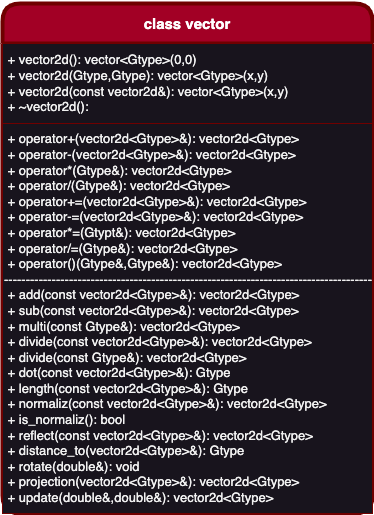
This is lib_docs/img/vector2d_uml.png from GMIVLs/veclib, a draw.io export, as it was before one commit. Source tidied: cells renumbered, new cells last; positions are measured from the earlier drawing's top-left corner, leaving out a move shared by most shapes.
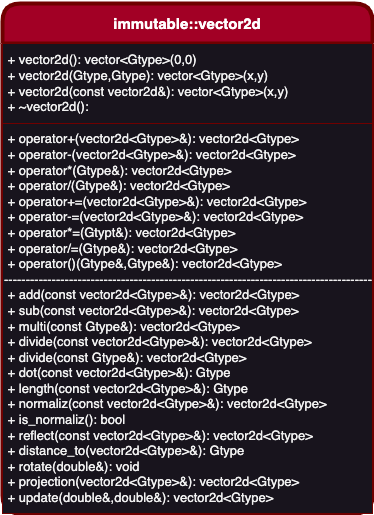
Later version of the same file.

Commit message:
update vector2d uml image

The edit, as a diff of the source:
```diff
@@ -2,7 +2,7 @@
   <root>
     <mxCell id="0" />
     <mxCell id="1" parent="0" />
-    <mxCell id="2" value="&lt;h3&gt;&lt;font style=&quot;font-size: 15px;&quot;&gt;class vector&lt;/font&gt;&lt;/h3&gt;" style="swimlane;whiteSpace=wrap;html=1;fillColor=#a20025;fontColor=#ffffff;strokeColor=#6F0000;rounded=1;startSize=40;strokeWidth=4;" parent="1" vertex="1">
+    <mxCell id="2" value="&lt;h3&gt;&lt;font style=&quot;font-size: 15px;&quot;&gt;immutable::vector2d&lt;/font&gt;&lt;/h3&gt;" style="swimlane;whiteSpace=wrap;html=1;fillColor=#a20025;fontColor=#ffffff;strokeColor=#6F0000;rounded=1;startSize=40;strokeWidth=4;" parent="1" vertex="1">
       <mxGeometry width="370" height="510" as="geometry" />
     </mxCell>
     <mxCell id="3" value="&lt;font style=&quot;font-size: 13px;&quot;&gt;&amp;nbsp;+ operator+(vector2d&amp;lt;Gtype&amp;gt;&amp;amp;): vector2d&amp;lt;Gtype&amp;gt;&lt;br&gt;&amp;nbsp;+ operator-(vector2d&amp;lt;Gtype&amp;gt;&amp;amp;): vector2d&amp;lt;Gtype&amp;gt;&lt;br&gt;&amp;nbsp;+ operator*(Gtype&amp;amp;): vector2d&amp;lt;Gtype&amp;gt;&lt;br&gt;&amp;nbsp;+ operator/(Gtype&amp;amp;): vector2d&amp;lt;Gtype&amp;gt;&lt;br&gt;&amp;nbsp;+ operator+=(vector2d&amp;lt;Gtype&amp;gt;&amp;amp;): vector2d&amp;lt;Gtype&amp;gt;&lt;br&gt;&amp;nbsp;+ operator-=(vector2d&amp;lt;Gtype&amp;gt;&amp;amp;): vector2d&amp;lt;Gtype&amp;gt;&lt;br&gt;&amp;nbsp;+ operator*=(Gtypt&amp;amp;): vector2d&amp;lt;Gtype&amp;gt;&lt;br&gt;&amp;nbsp;+ operator/=(Gtype&amp;amp;): vector2d&amp;lt;Gtype&amp;gt;&lt;br&gt;&amp;nbsp;+ operator()(Gtype&amp;amp;,Gtype&amp;amp;): vector2d&amp;lt;Gtype&amp;gt;&lt;br&gt;-------------------------------------------------------------------------------------&lt;br&gt;&amp;nbsp;+ add(const vector2d&amp;lt;Gtype&amp;gt;&amp;amp;): vector2d&amp;lt;Gtype&amp;gt;&lt;br&gt;&amp;nbsp;+ sub(const vector2d&amp;lt;Gtype&amp;gt;&amp;amp;): vector2d&amp;lt;Gtype&amp;gt;&lt;br&gt;&amp;nbsp;+ multi(const Gtype&amp;amp;): vector2d&amp;lt;Gtype&amp;gt;&lt;br&gt;&amp;nbsp;+ divide(const vector2d&amp;lt;Gtype&amp;gt;&amp;amp;): vector2d&amp;lt;Gtype&amp;gt;&lt;br&gt;&amp;nbsp;+ divide(const Gtype&amp;amp;): vector2d&amp;lt;Gtype&amp;gt;&lt;br&gt;&amp;nbsp;+ dot(const vector2d&amp;lt;Gtype&amp;gt;&amp;amp;): Gtype&lt;br&gt;&amp;nbsp;+ length(const vector2d&amp;lt;Gtype&amp;gt;&amp;amp;): Gtype&lt;br&gt;&amp;nbsp;+ normaliz(const vector2d&amp;lt;Gtype&amp;gt;&amp;amp;): vector2d&amp;lt;Gtype&amp;gt;&lt;br&gt;&amp;nbsp;+ is_normaliz(): bool&lt;br&gt;&amp;nbsp;+ reflect(const vector2d&amp;lt;Gtype&amp;gt;&amp;amp;): vector2d&amp;lt;Gtype&amp;gt;&lt;br&gt;&amp;nbsp;+ distance_to(vector2d&amp;lt;Gtype&amp;gt;&amp;amp;): Gtype&lt;br&gt;&amp;nbsp;+ rotate(double&amp;amp;): void&lt;br&gt;&amp;nbsp;+ projection(vector2d&amp;lt;Gtype&amp;gt;&amp;amp;): vector2d&amp;lt;Gtype&amp;gt;&lt;br&gt;&amp;nbsp;+ update(double&amp;amp;,double&amp;amp;): vector2d&amp;lt;Gtype&amp;gt;&lt;br&gt;&lt;/font&gt;" style="rounded=0;whiteSpace=wrap;html=1;strokeColor=#6F0000;align=left;" parent="2" vertex="1">
```
